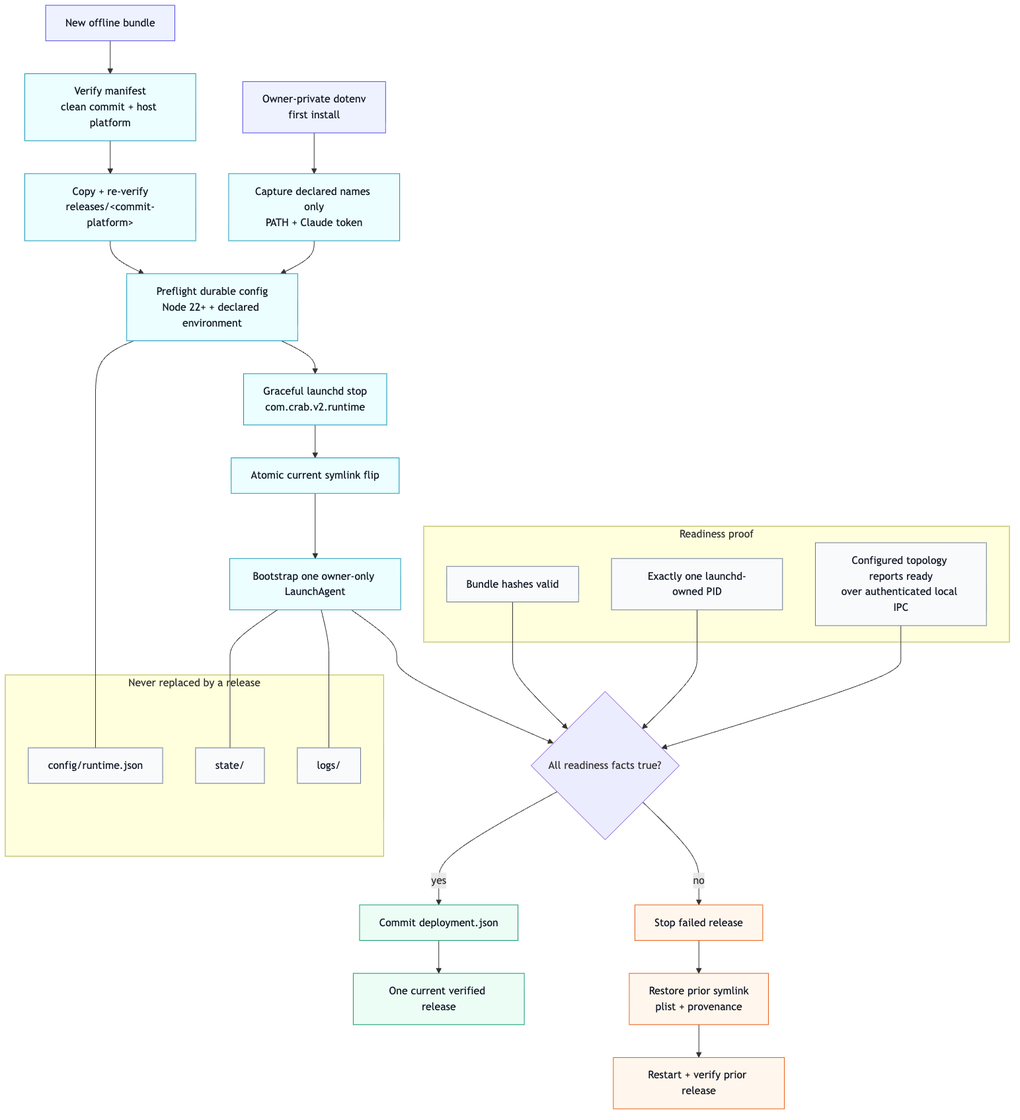
Before: v2/docs/runtime-deploy-flow.png, a diagram exported from Mermaid (fontanierh/crab). Its source is kept beside it as v2/docs/runtime-deploy-flow.mmd.
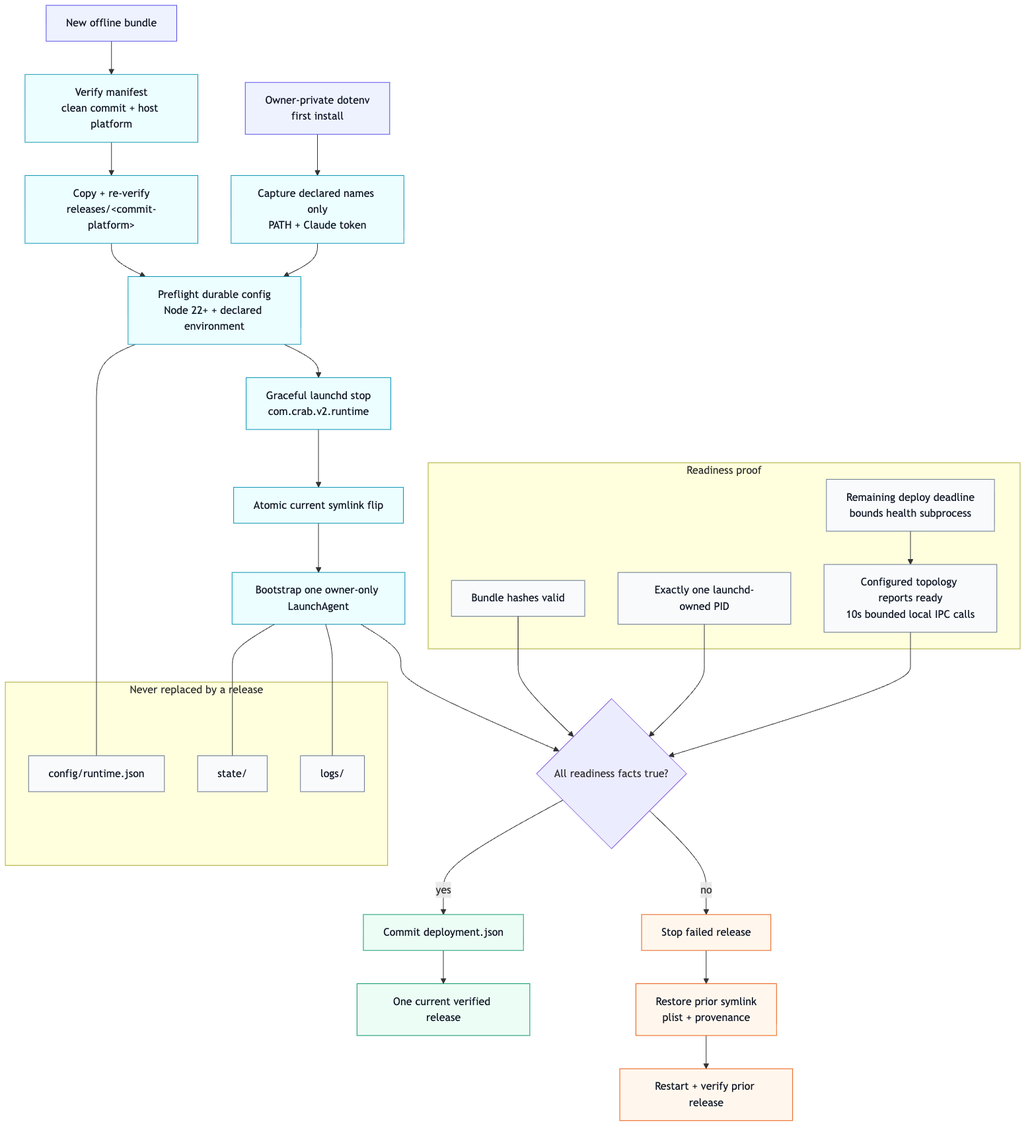
The same file after the commit.

Commit message:
fix(v2): bound local control plane calls (#290)

What changed in the source:
```diff
@@ -28,10 +28,12 @@
     subgraph PROOF["Readiness proof"]
         HASH["Bundle hashes valid"]
         PID["Exactly one launchd-owned PID"]
-        IPC["Configured topology reports ready<br/>over authenticated local IPC"]
+        DEADLINE["Remaining deploy deadline<br/>bounds health subprocess"]
+        IPC["Configured topology reports ready<br/>10s bounded local IPC calls"]
     end
     HASH --> READY
     PID --> READY
+    DEADLINE --> IPC
     IPC --> READY
 
     classDef input fill:#eef2ff,stroke:#4f46e5,color:#111827;
@@ -41,6 +43,6 @@
     classDef rollback fill:#fff7ed,stroke:#ea580c,color:#111827;
     class BUNDLE,ENV input;
     class VERIFY,COPY,CAPTURE,PREFLIGHT,STOP,FLIP,START action;
-    class CONFIG,STATE,LOGS,HASH,PID,IPC durable;
+    class CONFIG,STATE,LOGS,HASH,PID,DEADLINE,IPC durable;
     class RECORD,LIVE success;
     class HALT,RESTORE,RESTART rollback;
```
